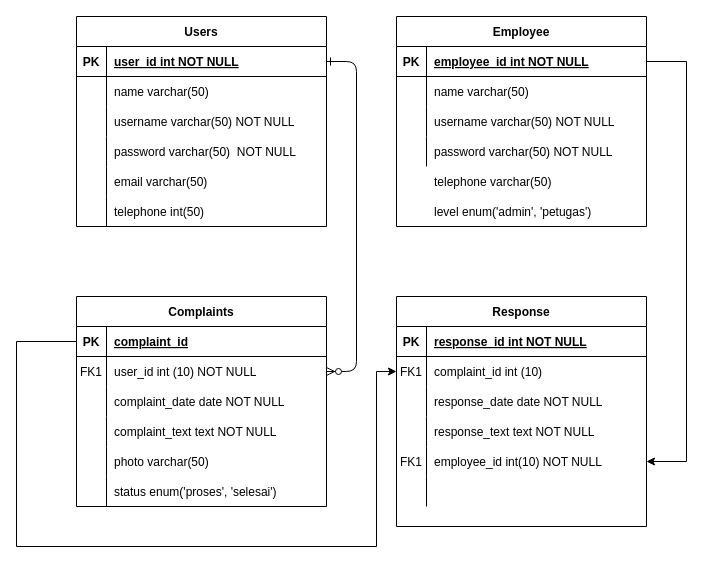
Earlier version of the draw.io diagram Untitled Diagram.drawio (EvanHendersonRichtByte/report-it-database-design). Source tidied: cells renumbered, new cells numbered last; positions are measured from the earlier drawing's top-left corner, leaving out a move shared by most shapes. Both pictures are drawn from the tidied source at 100%, with x=0, y=0 at pixel (16, 16).
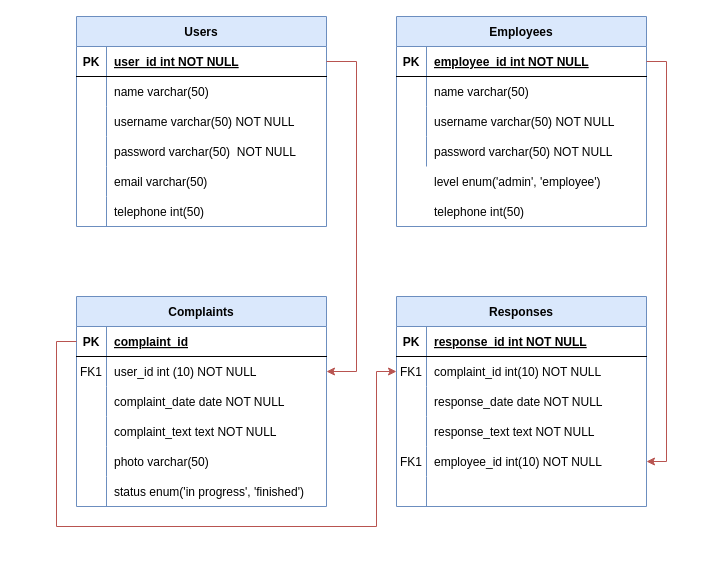
Above is the later version.

Commit message:
Update report it diagram

Unchanged cells that the change refers to:
```xml
<mxCell id="4" style="shape=partialRectangle;fillColor=none;points=[[0,0.5],[1,0.5]];portConstraint=eastwest;top=0;left=0;right=0;bottom=1;" parent="3" vertex="1">
  <mxGeometry y="30" width="250" height="30" as="geometry" />
</mxCell>
<mxCell id="7" style="shape=partialRectangle;fillColor=none;points=[[0,0.5],[1,0.5]];portConstraint=eastwest;top=0;left=0;right=0;bottom=0;" parent="3" vertex="1">
  <mxGeometry y="60" width="250" height="30" as="geometry" />
</mxCell>
<mxCell id="19" style="shape=partialRectangle;fillColor=none;top=0;left=0;right=0;bottom=0;" parent="3" vertex="1">
  <mxGeometry y="180" width="250" height="30" as="geometry" />
</mxCell>
<mxCell id="36" style="shape=partialRectangle;fillColor=none;points=[[0,0.5],[1,0.5]];portConstraint=eastwest;top=0;left=0;right=0;bottom=1;" parent="35" vertex="1">
  <mxGeometry y="30" width="250" height="30" as="geometry" />
</mxCell>
<mxCell id="64" style="shape=partialRectangle;fillColor=none;points=[[0,0.5],[1,0.5]];portConstraint=eastwest;top=0;left=0;right=0;bottom=0;" parent="60" vertex="1">
  <mxGeometry y="60" width="250" height="30" as="geometry" />
</mxCell>
```

What changed in the source:
```diff
@@
-    <mxCell id="2" style="edgeStyle=entityRelationEdgeStyle;endArrow=ERzeroToMany;startArrow=ERone;endFill=1;startFill=0;" parent="1" edge="1" source="36" target="7">
-      <mxGeometry relative="1" as="geometry" />
-    </mxCell>
-    <mxCell id="3" value="Complaints" style="shape=table;startSize=30;childLayout=tableLayout;rowLines=0;fontStyle=1;align=center;" parent="1" vertex="1">
+    <mxCell id="3" value="Complaints" style="shape=table;startSize=30;childLayout=tableLayout;rowLines=0;fontStyle=1;align=center;fillColor=#dae8fc;strokeColor=#6c8ebf;" parent="1" vertex="1">
       <mxGeometry x="60" y="280" width="250" height="210" as="geometry" />
     </mxCell>
@@
-    <mxCell id="21" value="status enum('proses', 'selesai')" style="shape=partialRectangle;overflow=hidden;fillColor=none;top=0;left=0;bottom=0;right=0;align=left;spacingLeft=6;" parent="19" vertex="1">
+    <mxCell id="21" value="status enum('in progress', 'finished')" style="shape=partialRectangle;overflow=hidden;fillColor=none;top=0;left=0;bottom=0;right=0;align=left;spacingLeft=6;" parent="19" vertex="1">
       <mxGeometry x="30" width="220" height="30" as="geometry" />
     </mxCell>
-    <mxCell id="22" value="Employee" style="shape=table;startSize=30;childLayout=tableLayout;rowLines=0;fontStyle=1;align=center;" parent="1" vertex="1">
+    <mxCell id="22" value="Employees" style="shape=table;startSize=30;childLayout=tableLayout;rowLines=0;fontStyle=1;align=center;fillColor=#dae8fc;strokeColor=#6c8ebf;" parent="1" vertex="1">
       <mxGeometry x="380" width="250" height="210" as="geometry" />
     </mxCell>
@@
-    <mxCell id="35" value="Users" style="shape=table;startSize=30;childLayout=tableLayout;rowLines=0;fontStyle=1;align=center;" parent="1" vertex="1">
+    <mxCell id="35" value="Users" style="shape=table;startSize=30;childLayout=tableLayout;rowLines=0;fontStyle=1;align=center;fillColor=#dae8fc;strokeColor=#6c8ebf;" parent="1" vertex="1">
       <mxGeometry x="60" width="250" height="210" as="geometry" />
     </mxCell>
@@
     <mxCell id="54" style="shape=partialRectangle;fillColor=none;top=0;left=0;right=0;bottom=0;" parent="1" vertex="1">
-      <mxGeometry x="380" y="150" width="250" height="30" as="geometry" />
+      <mxGeometry x="380" y="180" width="250" height="30" as="geometry" />
     </mxCell>
@@
-    <mxCell id="56" value="telephone varchar(50)" style="shape=partialRectangle;overflow=hidden;fillColor=none;top=0;left=0;bottom=0;right=0;align=left;spacingLeft=6;" parent="54" vertex="1">
+    <mxCell id="56" value="telephone int(50)" style="shape=partialRectangle;overflow=hidden;fillColor=none;top=0;left=0;bottom=0;right=0;align=left;spacingLeft=6;" parent="54" vertex="1">
       <mxGeometry x="30" width="220" height="30" as="geometry" />
     </mxCell>
     <mxCell id="57" style="shape=partialRectangle;fillColor=none;top=0;left=0;right=0;bottom=0;" parent="1" vertex="1">
-      <mxGeometry x="380" y="180" width="250" height="30" as="geometry" />
+      <mxGeometry x="380" y="150" width="250" height="30" as="geometry" />
     </mxCell>
@@
-    <mxCell id="59" value="level enum('admin', 'petugas')" style="shape=partialRectangle;overflow=hidden;fillColor=none;top=0;left=0;bottom=0;right=0;align=left;spacingLeft=6;" parent="57" vertex="1">
+    <mxCell id="59" value="level enum('admin', 'employee')" style="shape=partialRectangle;overflow=hidden;fillColor=none;top=0;left=0;bottom=0;right=0;align=left;spacingLeft=6;" parent="57" vertex="1">
       <mxGeometry x="30" width="220" height="30" as="geometry" />
     </mxCell>
-    <mxCell id="60" value="Response" style="shape=table;startSize=30;childLayout=tableLayout;rowLines=0;fontStyle=1;align=center;" parent="1" vertex="1">
-      <mxGeometry x="380" y="280" width="250" height="230" as="geometry" />
+    <mxCell id="60" value="Responses" style="shape=table;startSize=30;childLayout=tableLayout;rowLines=0;fontStyle=1;align=center;fillColor=#dae8fc;strokeColor=#6c8ebf;" parent="1" vertex="1">
+      <mxGeometry x="380" y="280" width="250" height="210" as="geometry" />
     </mxCell>
@@
-    <mxCell id="66" value="complaint_id int (10)" style="shape=partialRectangle;overflow=hidden;fillColor=none;top=0;left=0;bottom=0;right=0;align=left;spacingLeft=6;" parent="64" vertex="1">
+    <mxCell id="66" value="complaint_id int(10) NOT NULL" style="shape=partialRectangle;overflow=hidden;fillColor=none;top=0;left=0;bottom=0;right=0;align=left;spacingLeft=6;" parent="64" vertex="1">
       <mxGeometry x="30" width="220" height="30" as="geometry" />
     </mxCell>
@@
-    <mxCell id="79" style="edgeStyle=orthogonalEdgeStyle;rounded=0;jettySize=auto;html=1;exitX=0;exitY=0.5;exitDx=0;exitDy=0;entryX=0;entryY=0.5;entryDx=0;entryDy=0;" parent="1" edge="1" source="4" target="64">
+    <mxCell id="79" style="edgeStyle=orthogonalEdgeStyle;rounded=0;jettySize=auto;html=1;exitX=0;exitY=0.5;exitDx=0;exitDy=0;entryX=0;entryY=0.5;entryDx=0;entryDy=0;fillColor=#f8cecc;strokeColor=#b85450;" parent="1" edge="1" source="4" target="64">
       <mxGeometry relative="1" as="geometry">
         <Array as="points">
-          <mxPoint y="325" />
-          <mxPoint y="530" />
-          <mxPoint x="360" y="530" />
+          <mxPoint x="40" y="325" />
+          <mxPoint x="40" y="510" />
+          <mxPoint x="360" y="510" />
           <mxPoint x="360" y="355" />
         </Array>
       </mxGeometry>
     </mxCell>
-    <mxCell id="80" style="edgeStyle=orthogonalEdgeStyle;rounded=0;orthogonalLoop=1;jettySize=auto;html=1;" parent="1" edge="1">
+    <mxCell id="80" style="edgeStyle=orthogonalEdgeStyle;rounded=0;orthogonalLoop=1;jettySize=auto;html=1;fillColor=#f8cecc;strokeColor=#b85450;" parent="1" edge="1">
       <mxGeometry relative="1" as="geometry">
         <mxPoint x="630" y="45" as="sourcePoint" />
         <mxPoint x="630" y="445" as="targetPoint" />
         <Array as="points">
-          <mxPoint x="670" y="45" />
-          <mxPoint x="670" y="445" />
+          <mxPoint x="650" y="45" />
+          <mxPoint x="650" y="445" />
         </Array>
       </mxGeometry>
     </mxCell>
+    <mxCell id="2" style="edgeStyle=orthogonalEdgeStyle;rounded=0;jettySize=auto;html=1;exitX=1;exitY=0.5;exitDx=0;exitDy=0;entryX=1;entryY=0.5;entryDx=0;entryDy=0;fillColor=#f8cecc;strokeColor=#b85450;" parent="1" edge="1" source="36" target="7">
+      <mxGeometry relative="1" as="geometry">
+        <Array as="points">
+          <mxPoint x="340" y="45" />
+          <mxPoint x="340" y="355" />
+        </Array>
+      </mxGeometry>
+    </mxCell>
```
